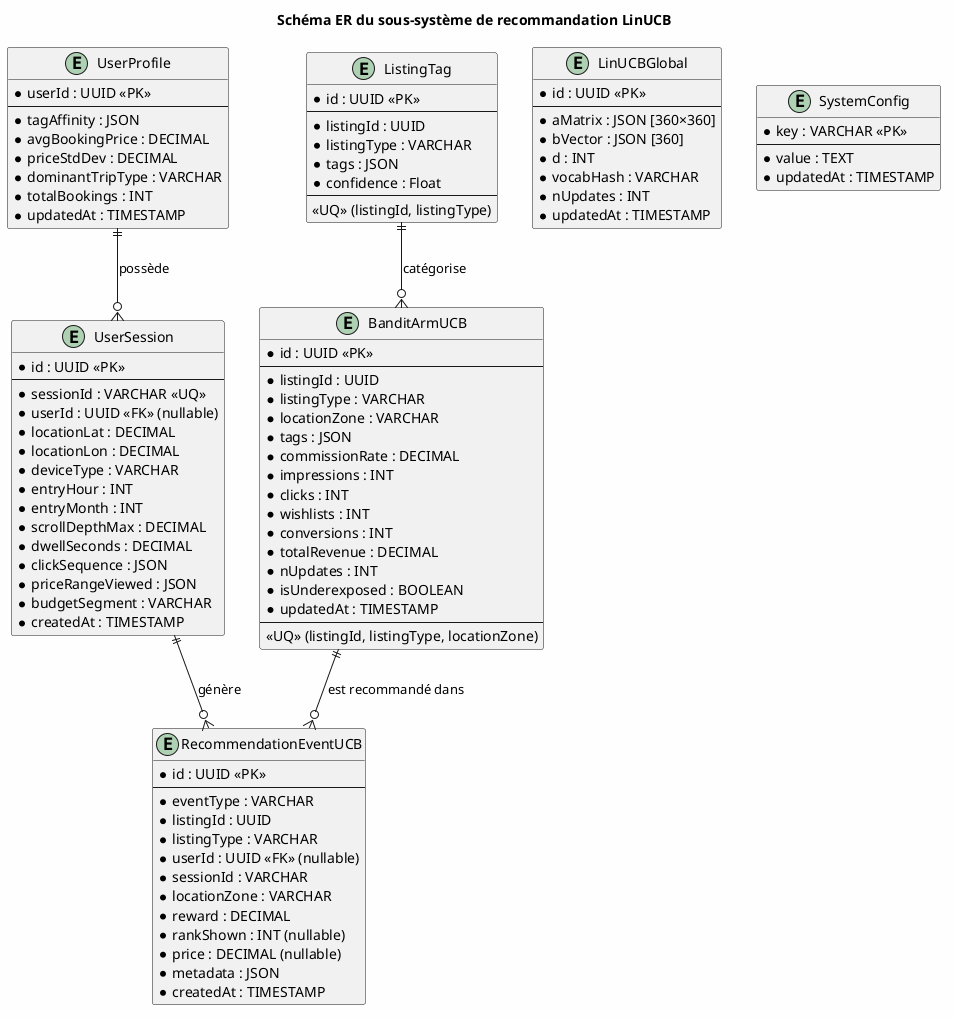
ahmed-addali/rapport keeps this PlantUML diagram as diagrams/fig_03_er_diagram_recommender.png. Above is the earlier version.
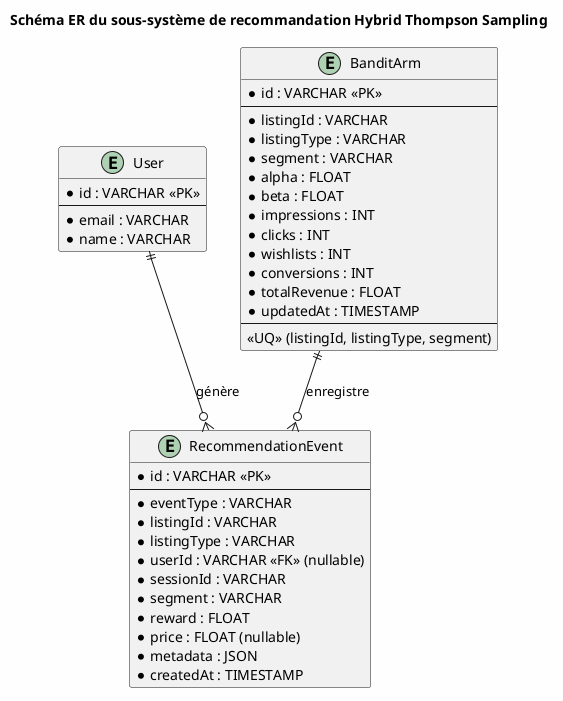
After the commit.

The edit, as a diff of the source:
```diff
@@ -1,115 +1,54 @@
 @startuml
 skinparam backgroundColor #FEFEFE
-
 skinparam defaultFontName "Arial"
 
-title Schéma ER du sous-système de recommandation LinUCB
+title Schéma ER du sous-système de recommandation Hybrid Thompson Sampling
 
 !define table entity
 
-entity "BanditArmUCB" as BA {
-  * id : UUID <<PK>>
+entity "User" as U {
+  * id : VARCHAR <<PK>>
   --
-  * listingId : UUID
+  * email : VARCHAR
+  * name : VARCHAR
+}
+
+entity "BanditArm" as BA {
+  * id : VARCHAR <<PK>>
+  --
+  * listingId : VARCHAR
   * listingType : VARCHAR
-  * locationZone : VARCHAR
-  * tags : JSON
-  * commissionRate : DECIMAL
+  * segment : VARCHAR
+  * alpha : FLOAT
+  * beta : FLOAT
   * impressions : INT
   * clicks : INT
   * wishlists : INT
   * conversions : INT
-  * totalRevenue : DECIMAL
-  * nUpdates : INT
-  * isUnderexposed : BOOLEAN
+  * totalRevenue : FLOAT
   * updatedAt : TIMESTAMP
   --
-  <<UQ>> (listingId, listingType, locationZone)
+  <<UQ>> (listingId, listingType, segment)
 }
 
-entity "LinUCBGlobal" as LG {
-  * id : UUID <<PK>>
-  --
-  * aMatrix : JSON [360×360]
-  * bVector : JSON [360]
-  * d : INT
-  * vocabHash : VARCHAR
-  * nUpdates : INT
-  * updatedAt : TIMESTAMP
-}
-
-entity "UserProfile" as UP {
-  * userId : UUID <<PK>>
-  --
-  * tagAffinity : JSON
-  * avgBookingPrice : DECIMAL
-  * priceStdDev : DECIMAL
-  * dominantTripType : VARCHAR
-  * totalBookings : INT
-  * updatedAt : TIMESTAMP
-}
-
-entity "UserSession" as US {
-  * id : UUID <<PK>>
-  --
-  * sessionId : VARCHAR <<UQ>>
-  * userId : UUID <<FK>> (nullable)
-  * locationLat : DECIMAL
-  * locationLon : DECIMAL
-  * deviceType : VARCHAR
-  * entryHour : INT
-  * entryMonth : INT
-  * scrollDepthMax : DECIMAL
-  * dwellSeconds : DECIMAL
-  * clickSequence : JSON
-  * priceRangeViewed : JSON
-  * budgetSegment : VARCHAR
-  * createdAt : TIMESTAMP
-}
-
-entity "RecommendationEventUCB" as RE {
-  * id : UUID <<PK>>
+entity "RecommendationEvent" as RE {
+  * id : VARCHAR <<PK>>
   --
   * eventType : VARCHAR
-  * listingId : UUID
+  * listingId : VARCHAR
   * listingType : VARCHAR
-  * userId : UUID <<FK>> (nullable)
+  * userId : VARCHAR <<FK>> (nullable)
   * sessionId : VARCHAR
-  * locationZone : VARCHAR
-  * reward : DECIMAL
-  * rankShown : INT (nullable)
-  * price : DECIMAL (nullable)
+  * segment : VARCHAR
+  * reward : FLOAT
+  * price : FLOAT (nullable)
   * metadata : JSON
   * createdAt : TIMESTAMP
 }
 
-entity "ListingTag" as LT {
-  * id : UUID <<PK>>
-  --
-  * listingId : UUID
-  * listingType : VARCHAR
-  * tags : JSON
-  * confidence : Float
-  --
-  <<UQ>> (listingId, listingType)
-}
 
-entity "SystemConfig" as SC {
-  * key : VARCHAR <<PK>>
-  --
-  * value : TEXT
-  * updatedAt : TIMESTAMP
-}
+U ||--o{ RE : "génère"
 
-
-
-
-UP ||--o{ US : "possède"
-
-US ||--o{ RE : "génère"
-
-BA ||--o{ RE : "est recommandé dans"
-
-LT ||--o{ BA : "catégorise"
+BA ||--o{ RE : "enregistre"
 
 @enduml
```
